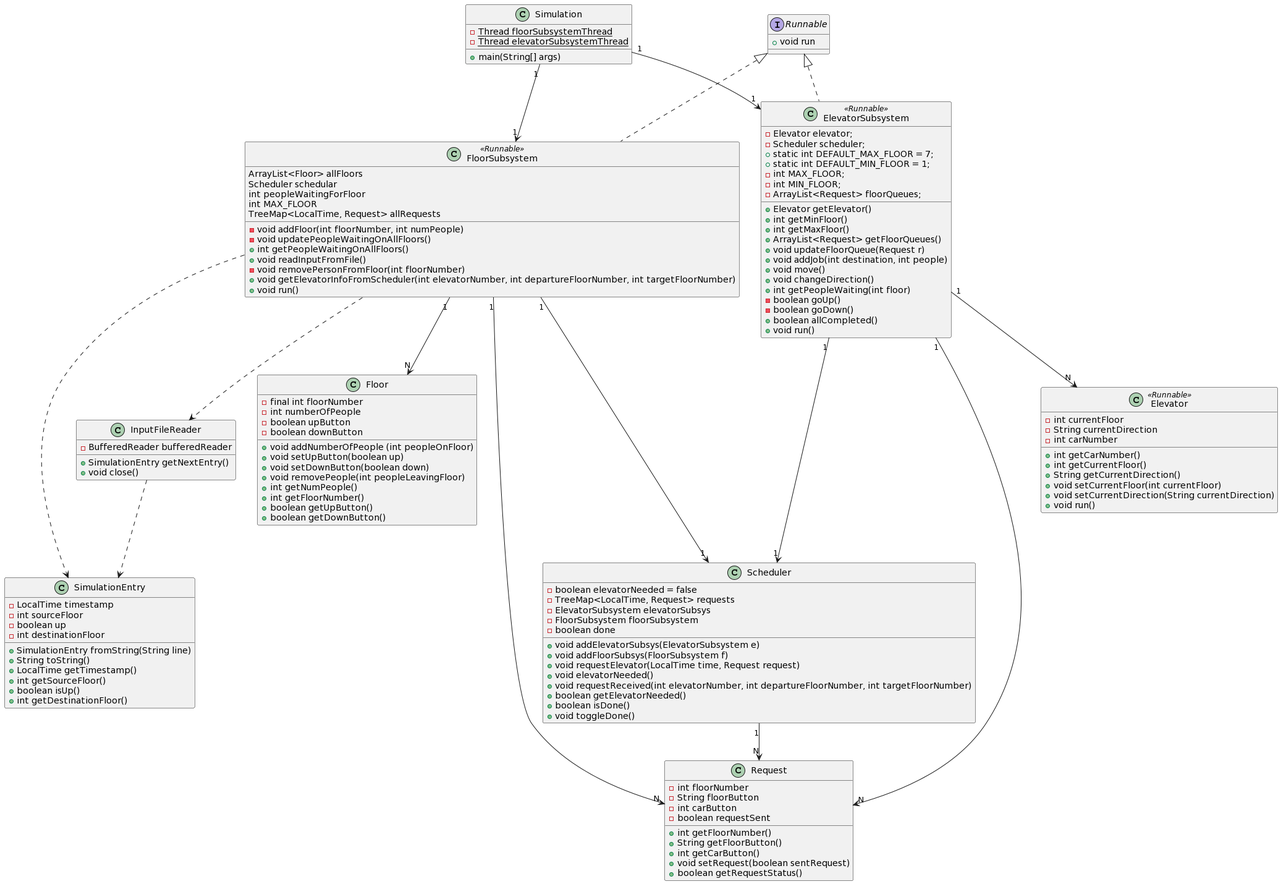
This is iteration2+/diagrams/class_diagram.png from w4est/elevator-simulator, a PlantUML export, as it was before one commit. Source of this version:
```plantuml
@startuml
interface Runnable {
    + void run
}

class Floor {
    - final int floorNumber
    - int numberOfPeople
    - boolean upButton
    - boolean downButton

    + void addNumberOfPeople (int peopleOnFloor)
    + void setUpButton(boolean up)
    + void setDownButton(boolean down)
    + void removePeople(int peopleLeavingFloor)
    + int getNumPeople()
    + int getFloorNumber()
    + boolean getUpButton()
    + boolean getDownButton()
}
class FloorSubsystem <<Runnable>> {
    ArrayList<Floor> allFloors
    Scheduler schedular
    int peopleWaitingForFloor
    int MAX_FLOOR
    TreeMap<LocalTime, Request> allRequests

    - void addFloor(int floorNumber, int numPeople)
    - void updatePeopleWaitingOnAllFloors()
    + int getPeopleWaitingOnAllFloors()
    + void readInputFromFile()
    - void removePersonFromFloor(int floorNumber)
    + void getElevatorInfoFromScheduler(int elevatorNumber, int departureFloorNumber, int targetFloorNumber)
    + void run()
}
class InputFileReader {
    - BufferedReader bufferedReader

    + SimulationEntry getNextEntry()
    + void close()
}

class Scheduler {
    - boolean elevatorNeeded = false
    - TreeMap<LocalTime, Request> requests
    - ElevatorSubsystem elevatorSubsys
    - FloorSubsystem floorSubsystem
    - boolean done

    + void addElevatorSubsys(ElevatorSubsystem e)
    + void addFloorSubsys(FloorSubsystem f)
    + void requestElevator(LocalTime time, Request request)
    + void elevatorNeeded()
    + void requestReceived(int elevatorNumber, int departureFloorNumber, int targetFloorNumber)
    + boolean getElevatorNeeded()
    + boolean isDone()
    + void toggleDone()
}

class ElevatorSubsystem <<Runnable>> {
    - Elevator elevator;
    - Scheduler scheduler;
    + static int DEFAULT_MAX_FLOOR = 7;
    + static int DEFAULT_MIN_FLOOR = 1;
    - int MAX_FLOOR;
    - int MIN_FLOOR;
    - ArrayList<Request> floorQueues;

    + Elevator getElevator()
    + int getMinFloor()
    + int getMaxFloor()
    + ArrayList<Request> getFloorQueues()
    + void updateFloorQueue(Request r)
    + void addJob(int destination, int people)
    + void move()
    + void changeDirection()
    + int getPeopleWaiting(int floor)
    - boolean goUp()
    - boolean goDown()
    + boolean allCompleted()
    + void run()
}

class Elevator <<Runnable>> {
    - int currentFloor
    - String currentDirection
    - int carNumber

    + int getCarNumber()
    + int getCurrentFloor()
    + String getCurrentDirection()
    + void setCurrentFloor(int currentFloor)
    + void setCurrentDirection(String currentDirection)
    + void run()
}

class SimulationEntry {
    - LocalTime timestamp
    - int sourceFloor
    - boolean up
    - int destinationFloor

    + SimulationEntry fromString(String line)
    + String toString()
    + LocalTime getTimestamp()
    + int getSourceFloor()
    + boolean isUp()
    + int getDestinationFloor()
}

class Request {
    - int floorNumber
    - String floorButton
    - int carButton
    - boolean requestSent

    + int getFloorNumber()
    + String getFloorButton()
    + int getCarButton()
    + void setRequest(boolean sentRequest)
    + boolean getRequestStatus()
}

class Simulation {
    - {static} Thread floorSubsystemThread
    - {static} Thread elevatorSubsystemThread

    + main(String[] args)
}

Runnable <|.. FloorSubsystem
Runnable <|.. ElevatorSubsystem
FloorSubsystem "1" --> "N" Floor
FloorSubsystem ..> InputFileReader
FloorSubsystem ..> SimulationEntry
FloorSubsystem "1" --> "N" Request
InputFileReader ..> SimulationEntry
FloorSubsystem "1" ---> "1" Scheduler
ElevatorSubsystem "1" ---> "1" Scheduler
ElevatorSubsystem "1" --> "N" Elevator
ElevatorSubsystem "1" --> "N" Request
Scheduler "1" --> "N" Request
Simulation "1" --> "1" ElevatorSubsystem
Simulation "1" --> "1" FloorSubsystem
@enduml
```
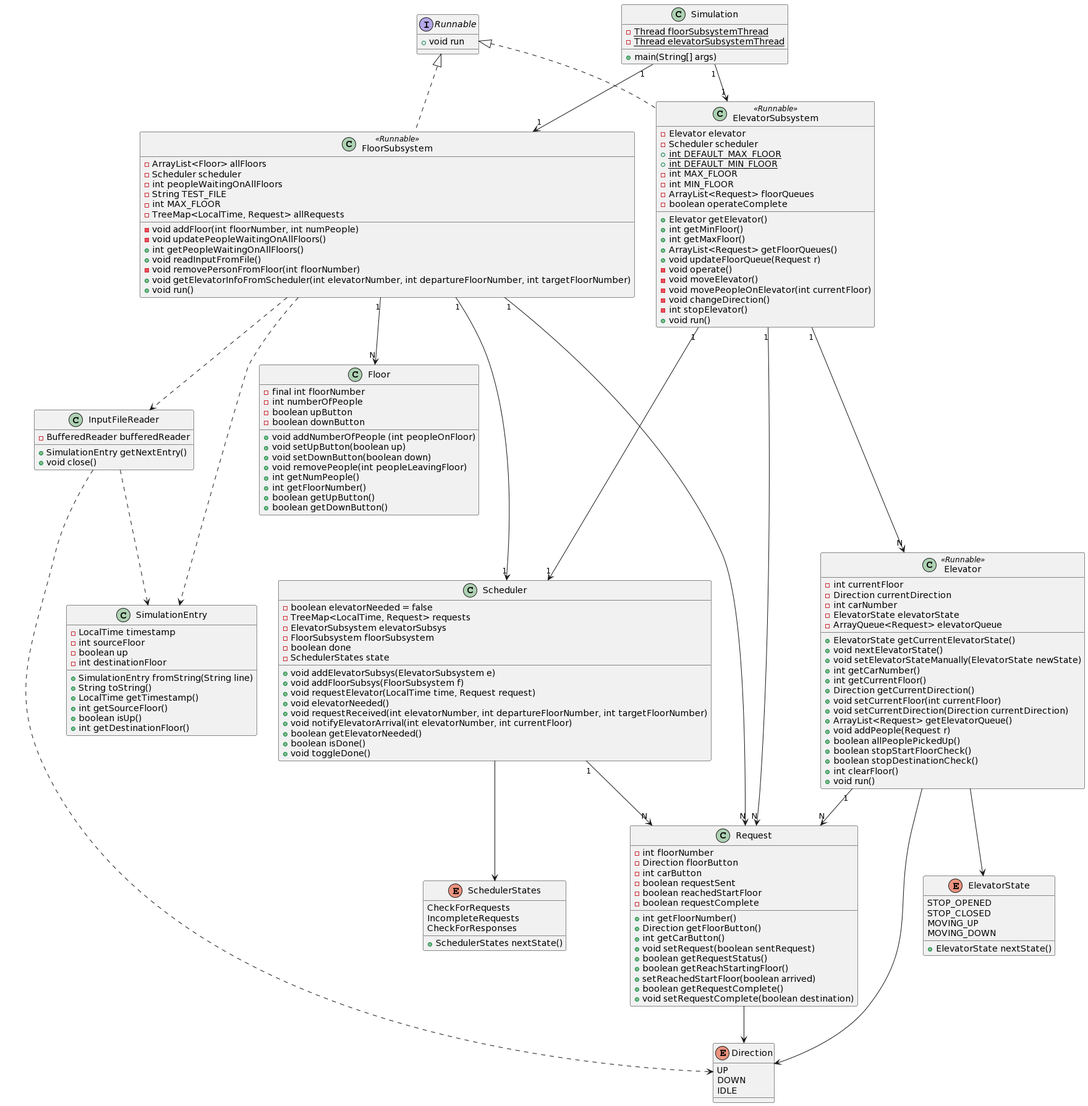
After the change.

Commit message:
Updated the class diagram with final iteration2 changes

What changed in the source:
```diff
@@ -19,11 +19,12 @@
     + boolean getDownButton()
 }
 class FloorSubsystem <<Runnable>> {
-    ArrayList<Floor> allFloors
-    Scheduler schedular
-    int peopleWaitingForFloor
-    int MAX_FLOOR
-    TreeMap<LocalTime, Request> allRequests
+    - ArrayList<Floor> allFloors
+    - Scheduler scheduler
+    - int peopleWaitingOnAllFloors
+    - String TEST_FILE
+    - int MAX_FLOOR
+    - TreeMap<LocalTime, Request> allRequests
 
     - void addFloor(int floorNumber, int numPeople)
     - void updatePeopleWaitingOnAllFloors()
@@ -46,52 +47,81 @@
     - ElevatorSubsystem elevatorSubsys
     - FloorSubsystem floorSubsystem
     - boolean done
+    - SchedulerStates state
 
     + void addElevatorSubsys(ElevatorSubsystem e)
     + void addFloorSubsys(FloorSubsystem f)
     + void requestElevator(LocalTime time, Request request)
     + void elevatorNeeded()
     + void requestReceived(int elevatorNumber, int departureFloorNumber, int targetFloorNumber)
+    + void notifyElevatorArrival(int elevatorNumber, int currentFloor)
     + boolean getElevatorNeeded()
     + boolean isDone()
     + void toggleDone()
 }
 
+enum SchedulerStates {
+    CheckForRequests
+    IncompleteRequests
+    CheckForResponses
+
+    + SchedulerStates nextState()
+}
+
 class ElevatorSubsystem <<Runnable>> {
-    - Elevator elevator;
-    - Scheduler scheduler;
-    + static int DEFAULT_MAX_FLOOR = 7;
-    + static int DEFAULT_MIN_FLOOR = 1;
-    - int MAX_FLOOR;
-    - int MIN_FLOOR;
-    - ArrayList<Request> floorQueues;
+    - Elevator elevator
+    - Scheduler scheduler
+    + {static} int DEFAULT_MAX_FLOOR
+    + {static} int DEFAULT_MIN_FLOOR
+    - int MAX_FLOOR
+    - int MIN_FLOOR
+    - ArrayList<Request> floorQueues
+    - boolean operateComplete
 
     + Elevator getElevator()
     + int getMinFloor()
     + int getMaxFloor()
     + ArrayList<Request> getFloorQueues()
     + void updateFloorQueue(Request r)
-    + void addJob(int destination, int people)
-    + void move()
-    + void changeDirection()
-    + int getPeopleWaiting(int floor)
-    - boolean goUp()
-    - boolean goDown()
-    + boolean allCompleted()
+    - void operate()
+    - void moveElevator()
+    - void movePeopleOnElevator(int currentFloor)
+    - void changeDirection()
+    - int stopElevator()
     + void run()
 }
 
 class Elevator <<Runnable>> {
     - int currentFloor
-    - String currentDirection
+    - Direction currentDirection
     - int carNumber
+    - ElevatorState elevatorState
+    - ArrayQueue<Request> elevatorQueue
 
+    + ElevatorState getCurrentElevatorState()
+    + void nextElevatorState()
+    + void setElevatorStateManually(ElevatorState newState)
     + int getCarNumber()
     + int getCurrentFloor()
-    + String getCurrentDirection()
+    + Direction getCurrentDirection()
     + void setCurrentFloor(int currentFloor)
-    + void setCurrentDirection(String currentDirection)
+    + void setCurrentDirection(Direction currentDirection)
+    + ArrayList<Request> getElevatorQueue()
+    + void addPeople(Request r)
+    + boolean allPeoplePickedUp()
+    + boolean stopStartFloorCheck()
+    + boolean stopDestinationCheck()
+    + int clearFloor()
     + void run()
+}
+
+enum ElevatorState {
+    STOP_OPENED
+    STOP_CLOSED
+    MOVING_UP
+    MOVING_DOWN
+
+    + ElevatorState nextState()
 }
 
 class SimulationEntry {
@@ -110,15 +140,27 @@
 
 class Request {
     - int floorNumber
-    - String floorButton
+    - Direction floorButton
     - int carButton
     - boolean requestSent
+    - boolean reachedStartFloor
+    - boolean requestComplete
 
     + int getFloorNumber()
-    + String getFloorButton()
+    + Direction getFloorButton()
     + int getCarButton()
     + void setRequest(boolean sentRequest)
     + boolean getRequestStatus()
+    + boolean getReachStartingFloor()
+    + setReachedStartFloor(boolean arrived)
+    + boolean getRequestComplete()
+    + void setRequestComplete(boolean destination)
+}
+
+enum Direction {
+   UP
+   DOWN
+   IDLE
 }
 
 class Simulation {
@@ -135,11 +177,17 @@
 FloorSubsystem ..> SimulationEntry
 FloorSubsystem "1" --> "N" Request
 InputFileReader ..> SimulationEntry
+InputFileReader ..> Direction
 FloorSubsystem "1" ---> "1" Scheduler
 ElevatorSubsystem "1" ---> "1" Scheduler
 ElevatorSubsystem "1" --> "N" Elevator
 ElevatorSubsystem "1" --> "N" Request
+Elevator --> ElevatorState
+Elevator --> Direction
+Elevator "1" --> "N" Request
+Request --> Direction
 Scheduler "1" --> "N" Request
+Scheduler --> SchedulerStates
 Simulation "1" --> "1" ElevatorSubsystem
 Simulation "1" --> "1" FloorSubsystem
 @enduml
```
